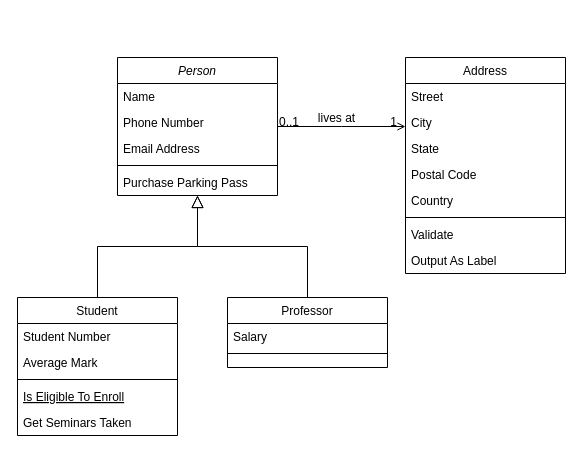
Above: page "Page-1" (1 of 2) of classdiagram.drawio in ThikerXCX/umltoko (draw.io), before the change. Source tidied: cells renumbered, new cells numbered last; positions are measured from the earlier drawing's top-left corner, leaving out a move shared by most shapes. Both pictures are drawn from the tidied source at 100%, with x=0, y=0 at pixel (17, 57).
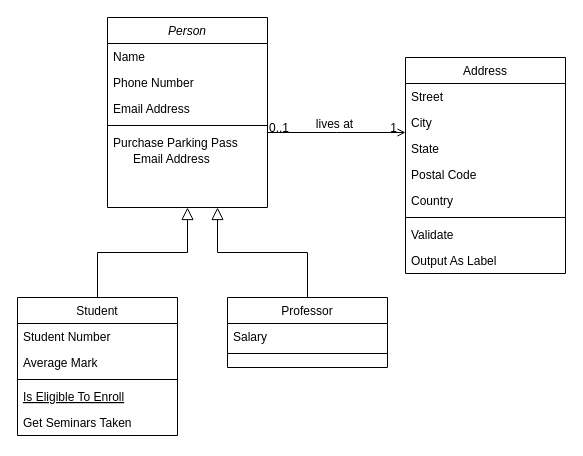
The same diagram, later.

The change refers to these unchanged cells:
```xml
<mxCell id="15" value="Professor" style="swimlane;fontStyle=0;align=center;verticalAlign=top;horizontal=1;startSize=26;rounded=0;shadow=0;strokeWidth=1;" parent="1" vertex="1">
  <mxGeometry x="210" y="240" width="160" height="70" as="geometry" />
</mxCell>
```

Change to the diagram source:
```diff
@@
     <mxCell id="2" value="Person" style="swimlane;fontStyle=2;align=center;verticalAlign=top;horizontal=1;startSize=26;rounded=0;shadow=0;strokeWidth=1;" parent="1" vertex="1">
-      <mxGeometry x="100" width="160" height="138" as="geometry" />
+      <mxGeometry x="90" y="-40" width="160" height="190" as="geometry" />
     </mxCell>
@@
-    <mxCell id="18" style="endArrow=block;endSize=10;endFill=0;shadow=0;strokeWidth=1;rounded=0;edgeStyle=elbowEdgeStyle;elbow=vertical;" parent="1" edge="1" source="15" target="2">
-      <mxGeometry relative="1" as="geometry" />
+    <mxCell id="18" style="endArrow=block;endSize=10;endFill=0;shadow=0;strokeWidth=1;rounded=0;edgeStyle=elbowEdgeStyle;elbow=vertical;" parent="1" edge="1" source="15">
+      <mxGeometry relative="1" as="geometry">
+        <mxPoint x="200" y="150" as="targetPoint" />
+      </mxGeometry>
     </mxCell>
@@
+    <mxCell id="32" value="Email Address" style="text;align=left;verticalAlign=top;spacingLeft=4;spacingRight=4;overflow=hidden;rounded=0;shadow=0;html=0;" parent="1" vertex="1">
+      <mxGeometry x="110" y="88" width="160" height="26" as="geometry" />
+    </mxCell>
```
